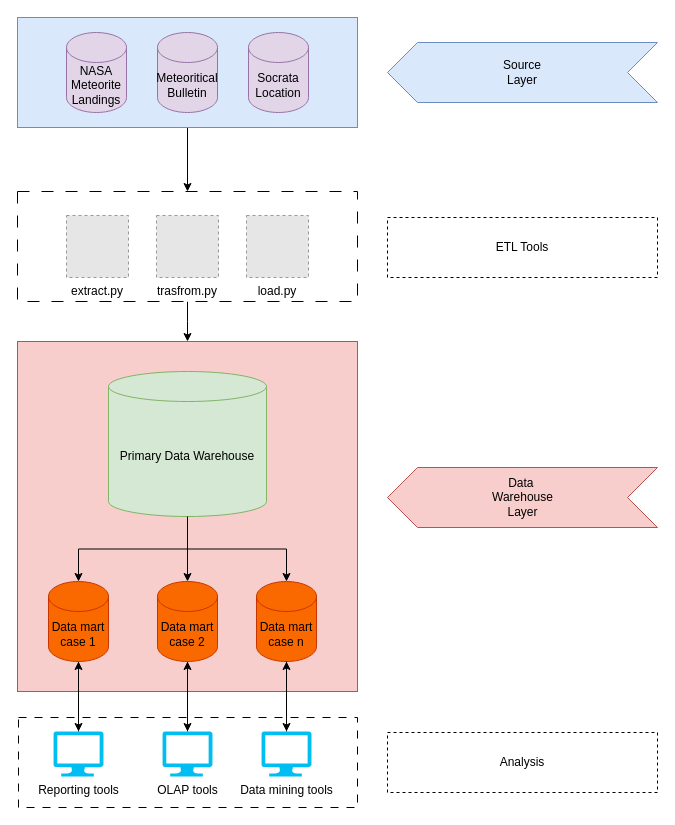
The draw.io diagram images/system_architecture.drawio in giusvale-dev/dm_project, before the edit. Source tidied: cells renumbered, new cells numbered last; positions are measured from the earlier drawing's top-left corner, leaving out a move shared by most shapes. Both pictures are drawn from the tidied source at 100%, with x=0, y=0 at pixel (17, 17). Pictures stored in the file or linked from it are replaced by grey dashed boxes.
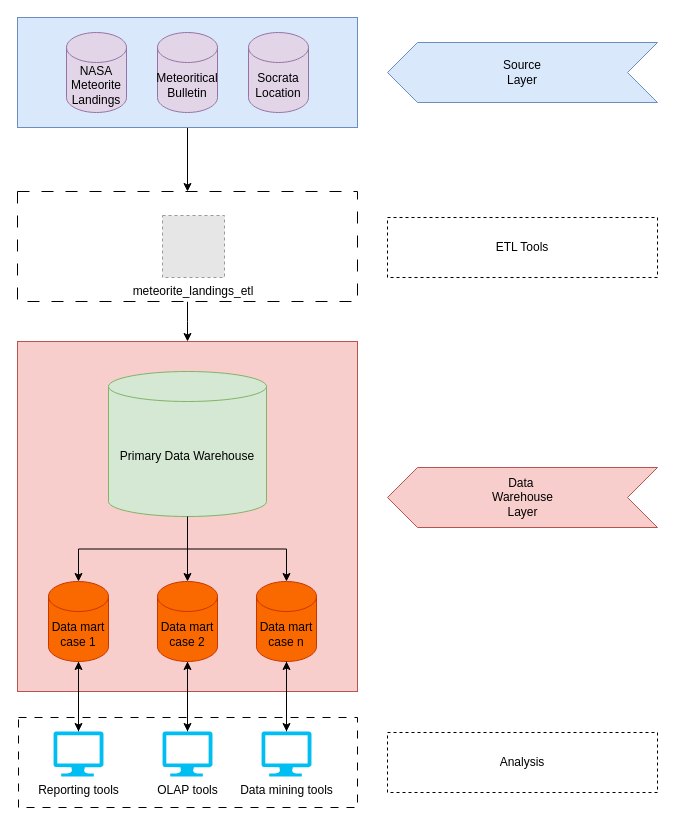
After the change.

Commit message (it also covers changes not shown here):
Defined DW system architecture and the ETL process

Change to the diagram source:
```diff
@@
-    <mxCell id="10" value="extract.py" style="fillColor=#E6E6E6;strokeColor=#999999;dashed=1;verticalLabelPosition=bottom;labelBackgroundColor=default;verticalAlign=top;" parent="1" vertex="1">
-      <mxGeometry x="49" y="198" width="62" height="62" as="geometry" />
+    <mxCell id="10" value="meteorite_landings_etl" style="fillColor=#E6E6E6;strokeColor=#999999;dashed=1;verticalLabelPosition=bottom;labelBackgroundColor=default;verticalAlign=top;" parent="1" vertex="1">
+      <mxGeometry x="145" y="198" width="62" height="62" as="geometry" />
     </mxCell>
-    <mxCell id="11" value="trasfrom.py" style="fillColor=#E6E6E6;strokeColor=#999999;dashed=1;verticalLabelPosition=bottom;labelBackgroundColor=default;verticalAlign=top;" parent="1" vertex="1">
-      <mxGeometry x="139" y="198" width="62" height="62" as="geometry" />
-    </mxCell>
-    <mxCell id="12" value="load.py" style="fillColor=#E6E6E6;strokeColor=#999999;dashed=1;verticalLabelPosition=bottom;labelBackgroundColor=default;verticalAlign=top;" parent="1" vertex="1">
-      <mxGeometry x="229" y="198" width="62" height="62" as="geometry" />
-    </mxCell>
```
